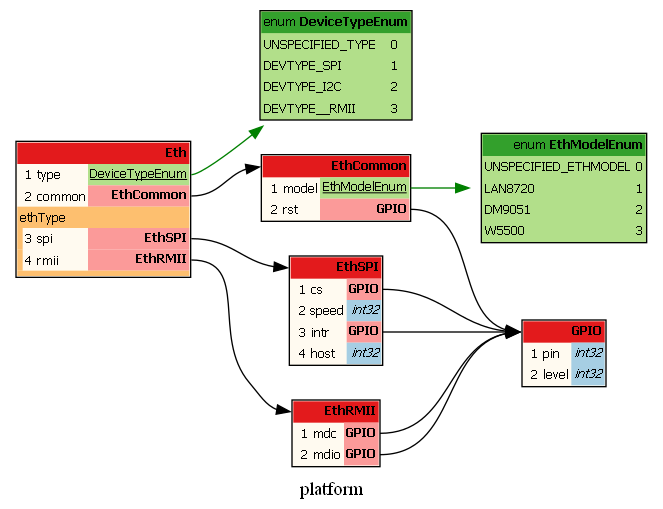
Before: protobuf/generated/Ethernet.dot.png, a diagram exported from Graphviz (sle118/squeezelite-esp32). Its source is kept beside it as protobuf/generated/Ethernet.dot.
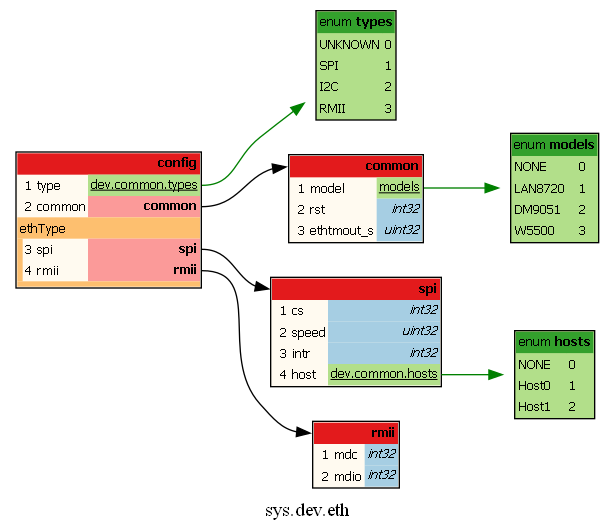
After the change.

Diff of the diagram source:
```diff
@@ -4,13 +4,13 @@
 */
 digraph protodot {
 
-	/* package:   platform */
+	/* package:   sys.dev.eth */
 	/* source:    C:/Users/sle11/Documents/VSCode/squeezelite-esp32/protobuf/proto/Ethernet.proto */
 	/* selection: * */
 
 	rankdir=LR;
-	label="platform";
-	tooltip="platform";
+	label="sys.dev.eth";
+	tooltip="sys.dev.eth";
 	bgcolor="transparent"
 
 	node [
@@ -21,25 +21,21 @@
 
 
 	/* ------ nodes ------ */
-	Node_Ja_110	[shape=plaintext tooltip="EthModelEnum" label=<<TABLE BORDER="1" CELLBORDER="0" CELLSPACING="0" BGCOLOR="#b2df8a"><TR><TD COLSPAN="2" PORT="header" BGCOLOR="#33a02c" ALIGN="right">enum <b>EthModelEnum</b></TD></TR><TR><TD BGCOLOR="#b2df8a" ALIGN="left">UNSPECIFIED_ETHMODEL</TD><TD BGCOLOR="#b2df8a" ALIGN="left">0</TD></TR><TR><TD BGCOLOR="#b2df8a" ALIGN="left">LAN8720</TD><TD BGCOLOR="#b2df8a" ALIGN="left">1</TD></TR><TR><TD BGCOLOR="#b2df8a" ALIGN="left">DM9051</TD><TD BGCOLOR="#b2df8a" ALIGN="left">2</TD></TR><TR><TD BGCOLOR="#b2df8a" ALIGN="left">W5500</TD><TD BGCOLOR="#b2df8a" ALIGN="left">3</TD></TR></TABLE>>];
-	Node_Ja_100	[shape=plaintext tooltip="DeviceTypeEnum" label=<<TABLE BORDER="1" CELLBORDER="0" CELLSPACING="0" BGCOLOR="#b2df8a"><TR><TD COLSPAN="2" PORT="header" BGCOLOR="#33a02c" ALIGN="right">enum <b>DeviceTypeEnum</b></TD></TR><TR><TD BGCOLOR="#b2df8a" ALIGN="left">UNSPECIFIED_TYPE</TD><TD BGCOLOR="#b2df8a" ALIGN="left">0</TD></TR><TR><TD BGCOLOR="#b2df8a" ALIGN="left">DEVTYPE_SPI</TD><TD BGCOLOR="#b2df8a" ALIGN="left">1</TD></TR><TR><TD BGCOLOR="#b2df8a" ALIGN="left">DEVTYPE_I2C</TD><TD BGCOLOR="#b2df8a" ALIGN="left">2</TD></TR><TR><TD BGCOLOR="#b2df8a" ALIGN="left">DEVTYPE__RMII</TD><TD BGCOLOR="#b2df8a" ALIGN="left">3</TD></TR></TABLE>>];
-	Node_Ja_113	[shape=plaintext tooltip="platform.EthSPI" label=<<TABLE BORDER="1" CELLBORDER="0" CELLSPACING="0" BGCOLOR="#fffaf0"><TR><TD COLSPAN="4" PORT="header" BGCOLOR="#e31a1c" ALIGN="right"><b>EthSPI</b></TD></TR><TR><TD ALIGN="right"></TD><TD ALIGN="right">1</TD><TD ALIGN="left">cs</TD><TD BGCOLOR="#fb9a99" PORT="pocs" ALIGN="right"><b>GPIO</b></TD></TR><TR><TD ALIGN="right"></TD><TD ALIGN="right">2</TD><TD ALIGN="left">speed</TD><TD BGCOLOR="#a6cee3" PORT="pospeed" ALIGN="right" TITLE="int32"><i>int32</i></TD></TR><TR><TD ALIGN="right"></TD><TD ALIGN="right">3</TD><TD ALIGN="left">intr</TD><TD BGCOLOR="#fb9a99" PORT="pointr" ALIGN="right"><b>GPIO</b></TD></TR><TR><TD ALIGN="right"></TD><TD ALIGN="right">4</TD><TD ALIGN="left">host</TD><TD BGCOLOR="#a6cee3" PORT="pohost" ALIGN="right" TITLE="int32"><i>int32</i></TD></TR></TABLE>>];
-	Node_Ja_114	[shape=plaintext tooltip="platform.EthRMII" label=<<TABLE BORDER="1" CELLBORDER="0" CELLSPACING="0" BGCOLOR="#fffaf0"><TR><TD COLSPAN="4" PORT="header" BGCOLOR="#e31a1c" ALIGN="right"><b>EthRMII</b></TD></TR><TR><TD ALIGN="right"></TD><TD ALIGN="right">1</TD><TD ALIGN="left">mdc</TD><TD BGCOLOR="#fb9a99" PORT="pomdc" ALIGN="right"><b>GPIO</b></TD></TR><TR><TD ALIGN="right"></TD><TD ALIGN="right">2</TD><TD ALIGN="left">mdio</TD><TD BGCOLOR="#fb9a99" PORT="pomdio" ALIGN="right"><b>GPIO</b></TD></TR></TABLE>>];
-	Node_Ja_112	[shape=plaintext tooltip="platform.EthCommon" label=<<TABLE BORDER="1" CELLBORDER="0" CELLSPACING="0" BGCOLOR="#fffaf0"><TR><TD COLSPAN="4" PORT="header" BGCOLOR="#e31a1c" ALIGN="right"><b>EthCommon</b></TD></TR><TR><TD ALIGN="right"></TD><TD ALIGN="right">1</TD><TD ALIGN="left">model</TD><TD BGCOLOR="#b2df8a" PORT="pomodel" ALIGN="right"><u>EthModelEnum</u></TD></TR><TR><TD ALIGN="right"></TD><TD ALIGN="right">2</TD><TD ALIGN="left">rst</TD><TD BGCOLOR="#fb9a99" PORT="porst" ALIGN="right"><b>GPIO</b></TD></TR></TABLE>>];
-	Node_Ja_115	[shape=plaintext tooltip="platform.Eth" label=<<TABLE BORDER="1" CELLBORDER="0" CELLSPACING="0" BGCOLOR="#fffaf0"><TR><TD COLSPAN="4" PORT="header" BGCOLOR="#e31a1c" ALIGN="right"><b>Eth</b></TD></TR><TR><TD ALIGN="right"></TD><TD ALIGN="right">1</TD><TD ALIGN="left">type</TD><TD BGCOLOR="#b2df8a" PORT="potype" ALIGN="right"><u>DeviceTypeEnum</u></TD></TR><TR><TD ALIGN="right"></TD><TD ALIGN="right">2</TD><TD ALIGN="left">common</TD><TD BGCOLOR="#fb9a99" PORT="pocommon" ALIGN="right"><b>EthCommon</b></TD></TR><TR><TD COLSPAN="4" BGCOLOR="#fdbf6f" ALIGN="left">ethType</TD></TR><TR><TD BGCOLOR="#fdbf6f"></TD><TD ALIGN="right">3</TD><TD ALIGN="left">spi</TD><TD ALIGN="right" BGCOLOR="#fb9a99" PORT="pospi"><b>EthSPI</b></TD></TR><TR><TD BGCOLOR="#fdbf6f"></TD><TD ALIGN="right">4</TD><TD ALIGN="left">rmii</TD><TD ALIGN="right" BGCOLOR="#fb9a99" PORT="pormii"><b>EthRMII</b></TD></TR><TR><TD COLSPAN="4" BGCOLOR="#fdbf6f"></TD></TR></TABLE>>];
-	Node_Ja_104	[shape=plaintext tooltip="platform.GPIO" label=<<TABLE BORDER="1" CELLBORDER="0" CELLSPACING="0" BGCOLOR="#fffaf0"><TR><TD COLSPAN="4" PORT="header" BGCOLOR="#e31a1c" ALIGN="right"><b>GPIO</b></TD></TR><TR><TD ALIGN="right"></TD><TD ALIGN="right">1</TD><TD ALIGN="left">pin</TD><TD BGCOLOR="#a6cee3" PORT="popin" ALIGN="right" TITLE="int32"><i>int32</i></TD></TR><TR><TD ALIGN="right"></TD><TD ALIGN="right">2</TD><TD ALIGN="left">level</TD><TD BGCOLOR="#a6cee3" PORT="polevel" ALIGN="right" TITLE="int32"><i>int32</i></TD></TR></TABLE>>];
+	Node_Ja_107	[shape=plaintext tooltip="sys.dev.eth.spi" label=<<TABLE BORDER="1" CELLBORDER="0" CELLSPACING="0" BGCOLOR="#fffaf0"><TR><TD COLSPAN="4" PORT="header" BGCOLOR="#e31a1c" ALIGN="right"><b>spi</b></TD></TR><TR><TD ALIGN="right"></TD><TD ALIGN="right">1</TD><TD ALIGN="left">cs</TD><TD BGCOLOR="#a6cee3" PORT="pocs" ALIGN="right" TITLE="int32"><i>int32</i></TD></TR><TR><TD ALIGN="right"></TD><TD ALIGN="right">2</TD><TD ALIGN="left">speed</TD><TD BGCOLOR="#a6cee3" PORT="pospeed" ALIGN="right" TITLE="uint32"><i>uint32</i></TD></TR><TR><TD ALIGN="right"></TD><TD ALIGN="right">3</TD><TD ALIGN="left">intr</TD><TD BGCOLOR="#a6cee3" PORT="pointr" ALIGN="right" TITLE="int32"><i>int32</i></TD></TR><TR><TD ALIGN="right"></TD><TD ALIGN="right">4</TD><TD ALIGN="left">host</TD><TD BGCOLOR="#b2df8a" PORT="pohost" ALIGN="right"><u>dev.common.hosts</u></TD></TR></TABLE>>];
+	Node_Ja_109	[shape=plaintext tooltip="sys.dev.eth.config" label=<<TABLE BORDER="1" CELLBORDER="0" CELLSPACING="0" BGCOLOR="#fffaf0"><TR><TD COLSPAN="4" PORT="header" BGCOLOR="#e31a1c" ALIGN="right"><b>config</b></TD></TR><TR><TD ALIGN="right"></TD><TD ALIGN="right">1</TD><TD ALIGN="left">type</TD><TD BGCOLOR="#b2df8a" PORT="potype" ALIGN="right"><u>dev.common.types</u></TD></TR><TR><TD ALIGN="right"></TD><TD ALIGN="right">2</TD><TD ALIGN="left">common</TD><TD BGCOLOR="#fb9a99" PORT="pocommon" ALIGN="right"><b>common</b></TD></TR><TR><TD COLSPAN="4" BGCOLOR="#fdbf6f" ALIGN="left">ethType</TD></TR><TR><TD BGCOLOR="#fdbf6f"></TD><TD ALIGN="right">3</TD><TD ALIGN="left">spi</TD><TD ALIGN="right" BGCOLOR="#fb9a99" PORT="pospi"><b>spi</b></TD></TR><TR><TD BGCOLOR="#fdbf6f"></TD><TD ALIGN="right">4</TD><TD ALIGN="left">rmii</TD><TD ALIGN="right" BGCOLOR="#fb9a99" PORT="pormii"><b>rmii</b></TD></TR><TR><TD COLSPAN="4" BGCOLOR="#fdbf6f"></TD></TR></TABLE>>];
+	Node_Ja_104	[shape=plaintext tooltip="models" label=<<TABLE BORDER="1" CELLBORDER="0" CELLSPACING="0" BGCOLOR="#b2df8a"><TR><TD COLSPAN="2" PORT="header" BGCOLOR="#33a02c" ALIGN="right">enum <b>models</b></TD></TR><TR><TD BGCOLOR="#b2df8a" ALIGN="left">NONE</TD><TD BGCOLOR="#b2df8a" ALIGN="left">0</TD></TR><TR><TD BGCOLOR="#b2df8a" ALIGN="left">LAN8720</TD><TD BGCOLOR="#b2df8a" ALIGN="left">1</TD></TR><TR><TD BGCOLOR="#b2df8a" ALIGN="left">DM9051</TD><TD BGCOLOR="#b2df8a" ALIGN="left">2</TD></TR><TR><TD BGCOLOR="#b2df8a" ALIGN="left">W5500</TD><TD BGCOLOR="#b2df8a" ALIGN="left">3</TD></TR></TABLE>>];
+	Node_Ja_102	[shape=plaintext tooltip="hosts" label=<<TABLE BORDER="1" CELLBORDER="0" CELLSPACING="0" BGCOLOR="#b2df8a"><TR><TD COLSPAN="2" PORT="header" BGCOLOR="#33a02c" ALIGN="right">enum <b>hosts</b></TD></TR><TR><TD BGCOLOR="#b2df8a" ALIGN="left">NONE</TD><TD BGCOLOR="#b2df8a" ALIGN="left">0</TD></TR><TR><TD BGCOLOR="#b2df8a" ALIGN="left">Host0</TD><TD BGCOLOR="#b2df8a" ALIGN="left">1</TD></TR><TR><TD BGCOLOR="#b2df8a" ALIGN="left">Host1</TD><TD BGCOLOR="#b2df8a" ALIGN="left">2</TD></TR></TABLE>>];
+	Node_Ja_100	[shape=plaintext tooltip="types" label=<<TABLE BORDER="1" CELLBORDER="0" CELLSPACING="0" BGCOLOR="#b2df8a"><TR><TD COLSPAN="2" PORT="header" BGCOLOR="#33a02c" ALIGN="right">enum <b>types</b></TD></TR><TR><TD BGCOLOR="#b2df8a" ALIGN="left">UNKNOWN</TD><TD BGCOLOR="#b2df8a" ALIGN="left">0</TD></TR><TR><TD BGCOLOR="#b2df8a" ALIGN="left">SPI</TD><TD BGCOLOR="#b2df8a" ALIGN="left">1</TD></TR><TR><TD BGCOLOR="#b2df8a" ALIGN="left">I2C</TD><TD BGCOLOR="#b2df8a" ALIGN="left">2</TD></TR><TR><TD BGCOLOR="#b2df8a" ALIGN="left">RMII</TD><TD BGCOLOR="#b2df8a" ALIGN="left">3</TD></TR></TABLE>>];
+	Node_Ja_106	[shape=plaintext tooltip="sys.dev.eth.common" label=<<TABLE BORDER="1" CELLBORDER="0" CELLSPACING="0" BGCOLOR="#fffaf0"><TR><TD COLSPAN="4" PORT="header" BGCOLOR="#e31a1c" ALIGN="right"><b>common</b></TD></TR><TR><TD ALIGN="right"></TD><TD ALIGN="right">1</TD><TD ALIGN="left">model</TD><TD BGCOLOR="#b2df8a" PORT="pomodel" ALIGN="right"><u>models</u></TD></TR><TR><TD ALIGN="right"></TD><TD ALIGN="right">2</TD><TD ALIGN="left">rst</TD><TD BGCOLOR="#a6cee3" PORT="porst" ALIGN="right" TITLE="int32"><i>int32</i></TD></TR><TR><TD ALIGN="right"></TD><TD ALIGN="right">3</TD><TD ALIGN="left">ethtmout_s</TD><TD BGCOLOR="#a6cee3" PORT="poethtmout_s" ALIGN="right" TITLE="uint32"><i>uint32</i></TD></TR></TABLE>>];
+	Node_Ja_108	[shape=plaintext tooltip="sys.dev.eth.rmii" label=<<TABLE BORDER="1" CELLBORDER="0" CELLSPACING="0" BGCOLOR="#fffaf0"><TR><TD COLSPAN="4" PORT="header" BGCOLOR="#e31a1c" ALIGN="right"><b>rmii</b></TD></TR><TR><TD ALIGN="right"></TD><TD ALIGN="right">1</TD><TD ALIGN="left">mdc</TD><TD BGCOLOR="#a6cee3" PORT="pomdc" ALIGN="right" TITLE="int32"><i>int32</i></TD></TR><TR><TD ALIGN="right"></TD><TD ALIGN="right">2</TD><TD ALIGN="left">mdio</TD><TD BGCOLOR="#a6cee3" PORT="pomdio" ALIGN="right" TITLE="int32"><i>int32</i></TD></TR></TABLE>>];
 
 	/* ------ connections ------ */
-	Node_Ja_113:pocs:e	-> Node_Ja_104:header [color="#000000" tooltip="Ja_113 --> Ja_104"];
-	Node_Ja_115:pocommon:e	-> Node_Ja_112:header [color="#000000" tooltip="Ja_115 --> Ja_112"];
-	Node_Ja_115:pospi:e	-> Node_Ja_113:header [color="#000000" tooltip="Ja_115 --> Ja_113"];
-	Node_Ja_115:potype:e	-> Node_Ja_100 [color="#008000" tooltip="Ja_115 --> Ja_100"];
-	Node_Ja_113:pointr:e	-> Node_Ja_104:header [color="#000000" tooltip="Ja_113 --> Ja_104"];
-	Node_Ja_114:pomdio:e	-> Node_Ja_104:header [color="#000000" tooltip="Ja_114 --> Ja_104"];
-	Node_Ja_114:pomdc:e	-> Node_Ja_104:header [color="#000000" tooltip="Ja_114 --> Ja_104"];
-	Node_Ja_112:porst:e	-> Node_Ja_104:header [color="#000000" tooltip="Ja_112 --> Ja_104"];
-	Node_Ja_112:pomodel:e	-> Node_Ja_110 [color="#008000" tooltip="Ja_112 --> Ja_110"];
-	Node_Ja_115:pormii:e	-> Node_Ja_114:header [color="#000000" tooltip="Ja_115 --> Ja_114"];
+	Node_Ja_109:potype:e	-> Node_Ja_100 [color="#008000" tooltip="Ja_109 --> Ja_100"];
+	Node_Ja_109:pocommon:e	-> Node_Ja_106:header [color="#000000" tooltip="Ja_109 --> Ja_106"];
+	Node_Ja_109:pospi:e	-> Node_Ja_107:header [color="#000000" tooltip="Ja_109 --> Ja_107"];
+	Node_Ja_109:pormii:e	-> Node_Ja_108:header [color="#000000" tooltip="Ja_109 --> Ja_108"];
+	Node_Ja_106:pomodel:e	-> Node_Ja_104 [color="#008000" tooltip="Ja_106 --> Ja_104"];
+	Node_Ja_107:pohost:e	-> Node_Ja_102 [color="#008000" tooltip="Ja_107 --> Ja_102"];
 
-	/* generated by github.com/seamia/protodot on Friday, 24-Nov-23 14:36:16 EST */
+	/* generated by github.com/seamia/protodot on Sunday, 21-Jan-24 22:15:10 EST */
 }
```
